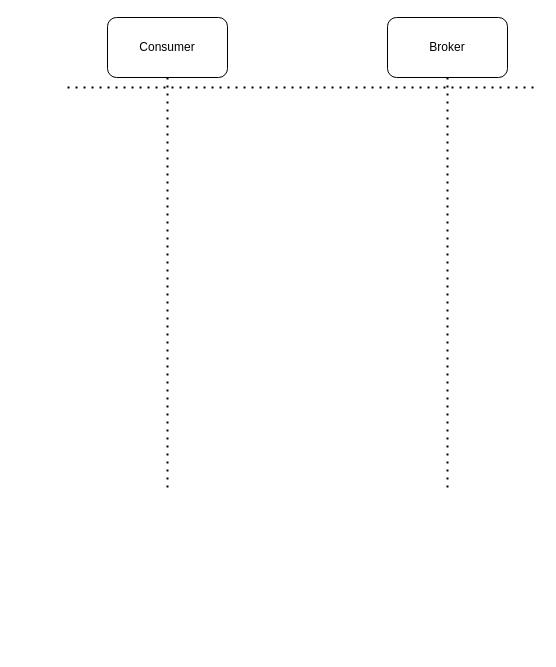
MeiZhisong/rainbow keeps this draw.io diagram as Untitled Diagram.drawio. Above is the earlier version. Source tidied: cells renumbered, new cells numbered last; positions are measured from the earlier drawing's top-left corner, leaving out a move shared by most shapes. Both pictures are drawn from the tidied source at 100%, with x=0, y=0 at pixel (67, 17).
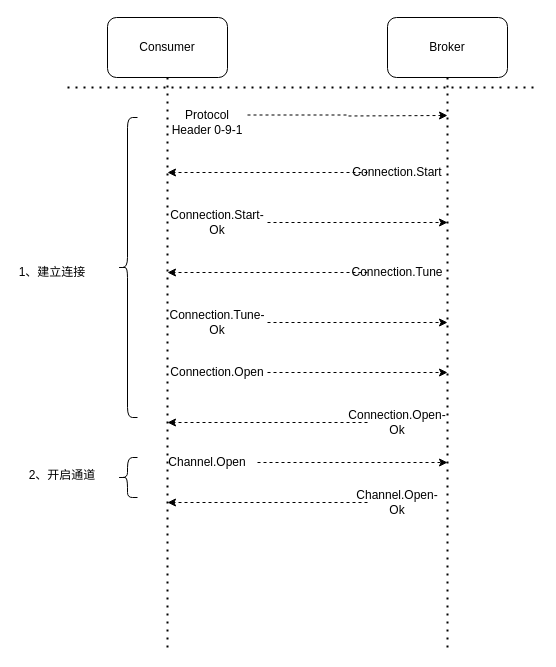
After the change.

Unchanged cells that the change refers to:
```xml
<mxCell id="2" value="Consumer" style="rounded=1;whiteSpace=wrap;html=1;" parent="1" vertex="1">
  <mxGeometry x="40" width="120" height="60" as="geometry" />
</mxCell>
<mxCell id="3" value="Broker" style="rounded=1;whiteSpace=wrap;html=1;" parent="1" vertex="1">
  <mxGeometry x="320" width="120" height="60" as="geometry" />
</mxCell>
```

Change to the diagram source:
```diff
@@
     <mxCell id="5" style="endArrow=none;dashed=1;html=1;dashPattern=1 3;strokeWidth=2;rounded=0;entryX=0.5;entryY=1;entryDx=0;entryDy=0;" parent="1" edge="1" target="2">
       <mxGeometry relative="1" as="geometry">
-        <mxPoint x="100" y="470" as="sourcePoint" />
+        <mxPoint x="100" y="630" as="sourcePoint" />
       </mxGeometry>
     </mxCell>
     <mxCell id="6" style="endArrow=none;dashed=1;html=1;dashPattern=1 3;strokeWidth=2;rounded=0;entryX=0.5;entryY=1;entryDx=0;entryDy=0;" parent="1" edge="1" target="3">
       <mxGeometry relative="1" as="geometry">
-        <mxPoint x="380" y="470" as="sourcePoint" />
+        <mxPoint x="380" y="630" as="sourcePoint" />
       </mxGeometry>
     </mxCell>
+    <mxCell id="7" style="edgeStyle=orthogonalEdgeStyle;rounded=0;jettySize=auto;html=1;exitX=1;exitY=0.25;exitDx=0;exitDy=0;dashed=1;" parent="1" edge="1" source="8">
+      <mxGeometry relative="1" as="geometry">
+        <mxPoint x="380" y="98" as="targetPoint" />
+      </mxGeometry>
+    </mxCell>
+    <mxCell id="8" value="Protocol Header 0-9-1" style="text;html=1;strokeColor=none;fillColor=none;align=center;verticalAlign=middle;whiteSpace=wrap;rounded=0;" parent="1" vertex="1">
+      <mxGeometry x="100" y="90" width="80" height="30" as="geometry" />
+    </mxCell>
+    <mxCell id="9" style="edgeStyle=orthogonalEdgeStyle;rounded=0;jettySize=auto;html=1;dashed=1;" parent="1" edge="1" source="10">
+      <mxGeometry relative="1" as="geometry">
+        <mxPoint x="100" y="155" as="targetPoint" />
+      </mxGeometry>
+    </mxCell>
+    <mxCell id="10" value="Connection.Start" style="text;html=1;strokeColor=none;fillColor=none;align=center;verticalAlign=middle;whiteSpace=wrap;rounded=0;" parent="1" vertex="1">
+      <mxGeometry x="300" y="140" width="60" height="30" as="geometry" />
+    </mxCell>
+    <mxCell id="11" style="edgeStyle=orthogonalEdgeStyle;rounded=0;jettySize=auto;html=1;exitX=1;exitY=0.5;exitDx=0;exitDy=0;dashed=1;" parent="1" edge="1" source="12">
+      <mxGeometry relative="1" as="geometry">
+        <mxPoint x="380" y="205" as="targetPoint" />
+      </mxGeometry>
+    </mxCell>
+    <mxCell id="12" value="Connection.Start-Ok" style="text;html=1;strokeColor=none;fillColor=none;align=center;verticalAlign=middle;whiteSpace=wrap;rounded=0;" parent="1" vertex="1">
+      <mxGeometry x="100" y="190" width="100" height="30" as="geometry" />
+    </mxCell>
+    <mxCell id="13" style="edgeStyle=orthogonalEdgeStyle;rounded=0;jettySize=auto;html=1;dashed=1;" parent="1" edge="1" source="14">
+      <mxGeometry relative="1" as="geometry">
+        <mxPoint x="100" y="255" as="targetPoint" />
+      </mxGeometry>
+    </mxCell>
+    <mxCell id="14" value="Connection.Tune" style="text;html=1;strokeColor=none;fillColor=none;align=center;verticalAlign=middle;whiteSpace=wrap;rounded=0;" parent="1" vertex="1">
+      <mxGeometry x="300" y="240" width="60" height="30" as="geometry" />
+    </mxCell>
+    <mxCell id="15" style="edgeStyle=orthogonalEdgeStyle;rounded=0;jettySize=auto;html=1;exitX=1;exitY=0.5;exitDx=0;exitDy=0;dashed=1;" parent="1" edge="1" source="16">
+      <mxGeometry relative="1" as="geometry">
+        <mxPoint x="380" y="305" as="targetPoint" />
+      </mxGeometry>
+    </mxCell>
+    <mxCell id="16" value="Connection.Tune-Ok" style="text;html=1;strokeColor=none;fillColor=none;align=center;verticalAlign=middle;whiteSpace=wrap;rounded=0;" parent="1" vertex="1">
+      <mxGeometry x="100" y="290" width="100" height="30" as="geometry" />
+    </mxCell>
+    <mxCell id="17" style="edgeStyle=orthogonalEdgeStyle;rounded=0;jettySize=auto;html=1;exitX=1;exitY=0.5;exitDx=0;exitDy=0;dashed=1;" parent="1" edge="1" source="18">
+      <mxGeometry relative="1" as="geometry">
+        <mxPoint x="380" y="355" as="targetPoint" />
+      </mxGeometry>
+    </mxCell>
+    <mxCell id="18" value="Connection.Open" style="text;html=1;strokeColor=none;fillColor=none;align=center;verticalAlign=middle;whiteSpace=wrap;rounded=0;" parent="1" vertex="1">
+      <mxGeometry x="100" y="340" width="100" height="30" as="geometry" />
+    </mxCell>
+    <mxCell id="19" style="edgeStyle=orthogonalEdgeStyle;rounded=0;jettySize=auto;html=1;dashed=1;" parent="1" edge="1" source="20">
+      <mxGeometry relative="1" as="geometry">
+        <mxPoint x="100" y="405" as="targetPoint" />
+      </mxGeometry>
+    </mxCell>
+    <mxCell id="20" value="Connection.Open-Ok" style="text;html=1;strokeColor=none;fillColor=none;align=center;verticalAlign=middle;whiteSpace=wrap;rounded=0;" parent="1" vertex="1">
+      <mxGeometry x="300" y="390" width="60" height="30" as="geometry" />
+    </mxCell>
+    <mxCell id="21" style="edgeStyle=orthogonalEdgeStyle;rounded=0;jettySize=auto;html=1;exitX=1;exitY=0.5;exitDx=0;exitDy=0;dashed=1;" parent="1" edge="1" source="22">
+      <mxGeometry relative="1" as="geometry">
+        <mxPoint x="380" y="445" as="targetPoint" />
+      </mxGeometry>
+    </mxCell>
+    <mxCell id="22" value="Channel.Open" style="text;html=1;strokeColor=none;fillColor=none;align=center;verticalAlign=middle;whiteSpace=wrap;rounded=0;" parent="1" vertex="1">
+      <mxGeometry x="90" y="430" width="100" height="30" as="geometry" />
+    </mxCell>
+    <mxCell id="23" style="edgeStyle=orthogonalEdgeStyle;rounded=0;jettySize=auto;html=1;dashed=1;" parent="1" edge="1" source="24">
+      <mxGeometry relative="1" as="geometry">
+        <mxPoint x="100" y="485" as="targetPoint" />
+      </mxGeometry>
+    </mxCell>
+    <mxCell id="24" value="Channel.Open-Ok" style="text;html=1;strokeColor=none;fillColor=none;align=center;verticalAlign=middle;whiteSpace=wrap;rounded=0;" parent="1" vertex="1">
+      <mxGeometry x="300" y="470" width="60" height="30" as="geometry" />
+    </mxCell>
+    <mxCell id="25" style="shape=curlyBracket;whiteSpace=wrap;html=1;rounded=1;" parent="1" vertex="1">
+      <mxGeometry x="50" y="100" width="20" height="300" as="geometry" />
+    </mxCell>
+    <mxCell id="26" value="1、建立连接" style="text;html=1;strokeColor=none;fillColor=none;align=center;verticalAlign=middle;whiteSpace=wrap;rounded=0;" parent="1" vertex="1">
+      <mxGeometry x="-50" y="240" width="70" height="30" as="geometry" />
+    </mxCell>
+    <mxCell id="27" style="shape=curlyBracket;whiteSpace=wrap;html=1;rounded=1;" parent="1" vertex="1">
+      <mxGeometry x="50" y="440" width="20" height="40" as="geometry" />
+    </mxCell>
+    <mxCell id="28" value="2、开启通道" style="text;html=1;strokeColor=none;fillColor=none;align=center;verticalAlign=middle;whiteSpace=wrap;rounded=0;" parent="1" vertex="1">
+      <mxGeometry x="-40" y="445" width="70" height="25" as="geometry" />
+    </mxCell>
```
